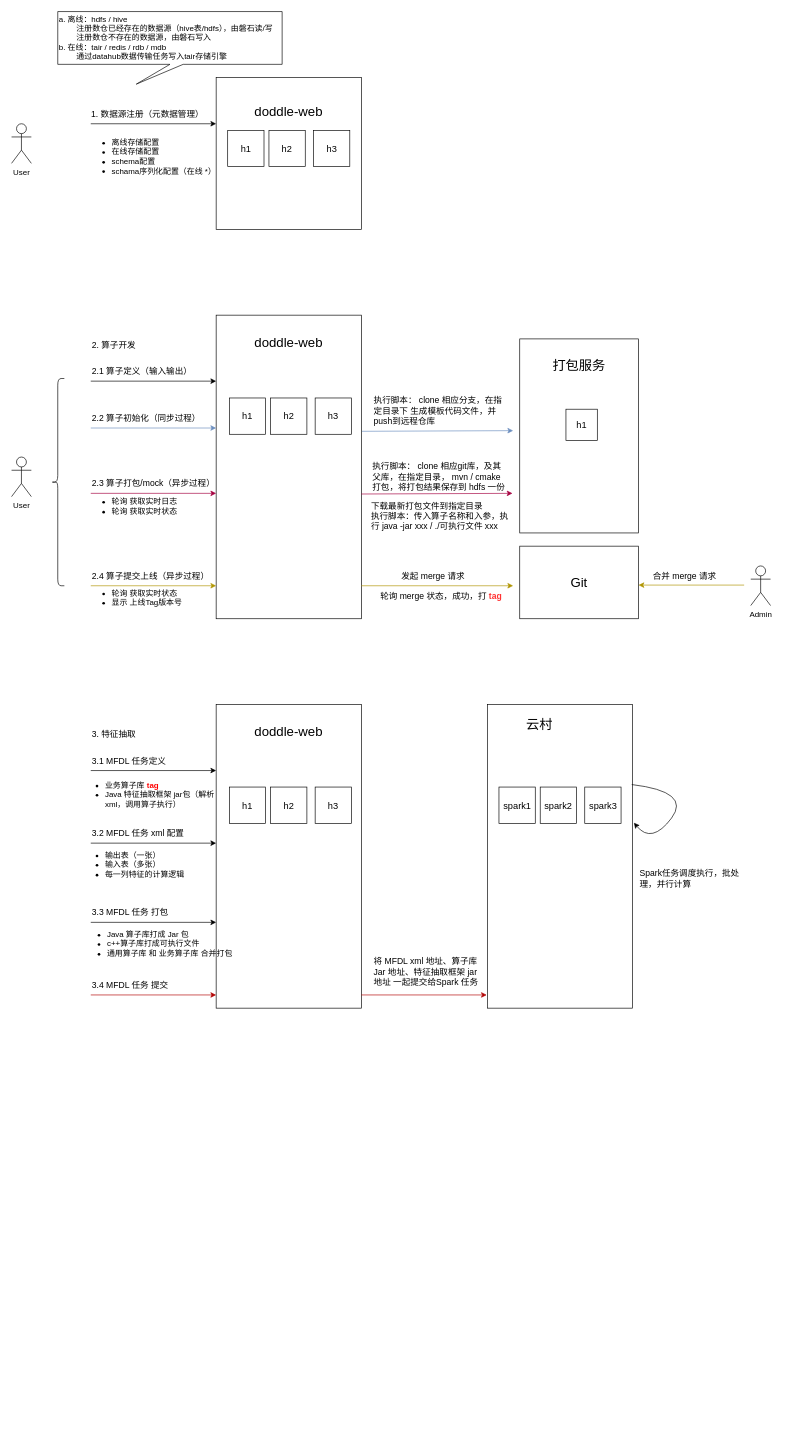
Earlier version of the draw.io diagram 特征生产流程.drawio (Nine98/demo-draw). Source tidied: cells renumbered, new cells numbered last; positions are measured from the earlier drawing's top-left corner, leaving out a move shared by most shapes. Both pictures are drawn from the tidied source at 66%, with x=0, y=0 at pixel (11, 11).
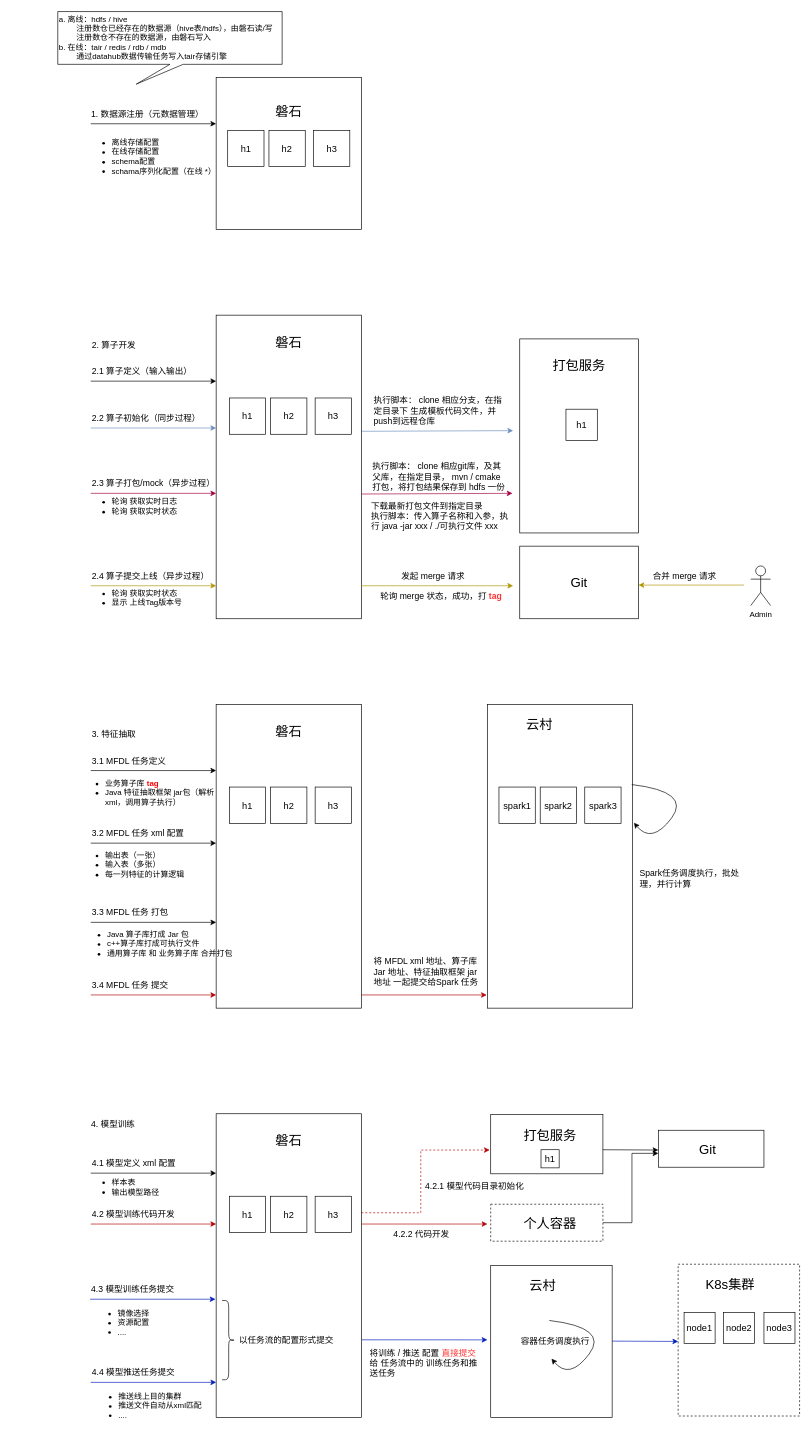
Above is the later version.

What changed in the source:
```diff
@@
-    <mxCell id="3" value="&lt;font style=&quot;font-size: 20px;&quot;&gt;doddle-web&lt;/font&gt;" style="text;html=1;align=center;verticalAlign=middle;whiteSpace=wrap;rounded=0;" parent="1" vertex="1">
+    <mxCell id="3" value="&lt;font style=&quot;font-size: 20px;&quot;&gt;磐石&lt;/font&gt;" style="text;html=1;align=center;verticalAlign=middle;whiteSpace=wrap;rounded=0;" parent="1" vertex="1">
       <mxGeometry x="355" y="120" width="130" height="60" as="geometry" />
     </mxCell>
@@
-    <mxCell id="11" value="&lt;font style=&quot;font-size: 20px;&quot;&gt;doddle-web&lt;/font&gt;" style="text;html=1;align=center;verticalAlign=middle;whiteSpace=wrap;rounded=0;" parent="1" vertex="1">
+    <mxCell id="11" value="&lt;font style=&quot;font-size: 20px;&quot;&gt;磐石&lt;/font&gt;" style="text;html=1;align=center;verticalAlign=middle;whiteSpace=wrap;rounded=0;" parent="1" vertex="1">
       <mxGeometry x="355" y="470" width="130" height="60" as="geometry" />
     </mxCell>
@@
-    <mxCell id="40" value="User" style="shape=umlActor;verticalLabelPosition=bottom;verticalAlign=top;html=1;" parent="1" vertex="1">
-      <mxGeometry y="675" width="30" height="60" as="geometry" />
-    </mxCell>
-    <mxCell id="41" style="shape=curlyBracket;whiteSpace=wrap;html=1;rounded=1;labelPosition=left;verticalLabelPosition=middle;align=right;verticalAlign=middle;" parent="1" vertex="1">
-      <mxGeometry x="60" y="556" width="20" height="314" as="geometry" />
-    </mxCell>
-    <mxCell id="42" value="User" style="shape=umlActor;verticalLabelPosition=bottom;verticalAlign=top;html=1;" parent="1" vertex="1">
-      <mxGeometry y="170" width="30" height="60" as="geometry" />
-    </mxCell>
@@
-    <mxCell id="47" value="&lt;font style=&quot;font-size: 20px;&quot;&gt;doddle-web&lt;/font&gt;" style="text;html=1;align=center;verticalAlign=middle;whiteSpace=wrap;rounded=0;" parent="1" vertex="1">
+    <mxCell id="47" value="&lt;font style=&quot;font-size: 20px;&quot;&gt;磐石&lt;/font&gt;" style="text;html=1;align=center;verticalAlign=middle;whiteSpace=wrap;rounded=0;" parent="1" vertex="1">
       <mxGeometry x="355" y="1060" width="130" height="60" as="geometry" />
     </mxCell>
@@
     <mxCell id="51" value="&lt;ul&gt;&lt;li&gt;业务算子库 &lt;b style=&quot;&quot;&gt;&lt;font color=&quot;#ff0000&quot;&gt;tag&lt;/font&gt;&lt;/b&gt;&lt;/li&gt;&lt;li&gt;Java 特征抽取框架 jar包（解析xml，调用算子执行）&lt;/li&gt;&lt;/ul&gt;" style="text;strokeColor=none;fillColor=none;html=1;whiteSpace=wrap;verticalAlign=middle;overflow=hidden;" parent="1" vertex="1">
-      <mxGeometry x="100" y="1144" width="210" height="86" as="geometry" />
+      <mxGeometry x="100" y="1148" width="210" height="60" as="geometry" />
     </mxCell>
@@
+    <mxCell id="72" style="rounded=0;whiteSpace=wrap;html=1;" parent="1" vertex="1">
+      <mxGeometry x="310" y="1670" width="220" height="460" as="geometry" />
+    </mxCell>
+    <mxCell id="73" value="&lt;font style=&quot;font-size: 20px;&quot;&gt;磐石&lt;/font&gt;" style="text;html=1;align=center;verticalAlign=middle;whiteSpace=wrap;rounded=0;" parent="1" vertex="1">
+      <mxGeometry x="355" y="1680" width="130" height="60" as="geometry" />
+    </mxCell>
+    <mxCell id="74" value="&lt;font style=&quot;font-size: 13px;&quot;&gt;4. 模型训练&lt;/font&gt;" style="text;html=1;align=left;verticalAlign=middle;whiteSpace=wrap;rounded=0;" parent="1" vertex="1">
+      <mxGeometry x="119" y="1670" width="170" height="30" as="geometry" />
+    </mxCell>
+    <mxCell id="75" value="&lt;font style=&quot;font-size: 14px;&quot;&gt;h1&lt;/font&gt;" style="whiteSpace=wrap;html=1;" parent="1" vertex="1">
+      <mxGeometry x="330" y="1795" width="55" height="55" as="geometry" />
+    </mxCell>
+    <mxCell id="76" value="&lt;span style=&quot;font-size: 14px;&quot;&gt;h2&lt;/span&gt;" style="whiteSpace=wrap;html=1;" parent="1" vertex="1">
+      <mxGeometry x="392.5" y="1795" width="55" height="55" as="geometry" />
+    </mxCell>
+    <mxCell id="77" value="&lt;span style=&quot;font-size: 14px;&quot;&gt;h3&lt;/span&gt;" style="whiteSpace=wrap;html=1;" parent="1" vertex="1">
+      <mxGeometry x="460" y="1795" width="55" height="55" as="geometry" />
+    </mxCell>
+    <mxCell id="78" style="endArrow=classic;html=1;rounded=0;entryX=-0.018;entryY=0.805;entryDx=0;entryDy=0;entryPerimeter=0;" parent="1" edge="1">
+      <mxGeometry relative="1" as="geometry">
+        <mxPoint x="120" y="1760" as="sourcePoint" />
+        <mxPoint x="310" y="1760" as="targetPoint" />
+      </mxGeometry>
+    </mxCell>
+    <mxCell id="79" value="&lt;font style=&quot;font-size: 13px;&quot;&gt;4.1 模型定义 xml 配置&lt;/font&gt;" style="text;html=1;align=left;verticalAlign=middle;whiteSpace=wrap;rounded=0;" parent="1" vertex="1">
+      <mxGeometry x="120" y="1730" width="150" height="30" as="geometry" />
+    </mxCell>
+    <mxCell id="80" style="endArrow=classic;html=1;rounded=0;entryX=-0.018;entryY=0.805;entryDx=0;entryDy=0;entryPerimeter=0;fillColor=#e51400;strokeColor=#B20000;" parent="1" edge="1">
+      <mxGeometry relative="1" as="geometry">
+        <mxPoint x="120" y="1837.1" as="sourcePoint" />
+        <mxPoint x="310" y="1837.1" as="targetPoint" />
+      </mxGeometry>
+    </mxCell>
+    <mxCell id="81" value="&lt;font style=&quot;font-size: 13px;&quot;&gt;4.2 模型训练代码开发&lt;/font&gt;" style="text;html=1;align=left;verticalAlign=middle;whiteSpace=wrap;rounded=0;" parent="1" vertex="1">
+      <mxGeometry x="120" y="1807.1" width="130" height="30" as="geometry" />
+    </mxCell>
+    <mxCell id="82" style="endArrow=classic;html=1;rounded=0;entryX=-0.018;entryY=0.805;entryDx=0;entryDy=0;entryPerimeter=0;fillColor=#0050ef;strokeColor=#001DBC;" parent="1" edge="1">
+      <mxGeometry relative="1" as="geometry">
+        <mxPoint x="119" y="1951" as="sourcePoint" />
+        <mxPoint x="309" y="1951" as="targetPoint" />
+      </mxGeometry>
+    </mxCell>
+    <mxCell id="83" value="&lt;font style=&quot;font-size: 13px;&quot;&gt;4.3 模型训练任务提交&lt;/font&gt;" style="text;html=1;align=left;verticalAlign=middle;whiteSpace=wrap;rounded=0;" parent="1" vertex="1">
+      <mxGeometry x="119" y="1921" width="130" height="30" as="geometry" />
+    </mxCell>
+    <mxCell id="84" style="endArrow=classic;html=1;rounded=0;entryX=-0.018;entryY=0.805;entryDx=0;entryDy=0;entryPerimeter=0;fillColor=#0050ef;strokeColor=#001DBC;" parent="1" edge="1">
+      <mxGeometry relative="1" as="geometry">
+        <mxPoint x="120" y="2077" as="sourcePoint" />
+        <mxPoint x="310" y="2077" as="targetPoint" />
+      </mxGeometry>
+    </mxCell>
+    <mxCell id="85" value="&lt;font style=&quot;font-size: 13px;&quot;&gt;4.4 模型推送任务提交&lt;/font&gt;" style="text;html=1;align=left;verticalAlign=middle;whiteSpace=wrap;rounded=0;" parent="1" vertex="1">
+      <mxGeometry x="120" y="2047" width="130" height="30" as="geometry" />
+    </mxCell>
+    <mxCell id="86" style="rounded=0;whiteSpace=wrap;html=1;" parent="1" vertex="1">
+      <mxGeometry x="726" y="1671" width="170" height="90" as="geometry" />
+    </mxCell>
+    <mxCell id="87" value="&lt;span style=&quot;font-size: 20px;&quot;&gt;打包服务&lt;/span&gt;" style="text;html=1;align=center;verticalAlign=middle;whiteSpace=wrap;rounded=0;" parent="1" vertex="1">
+      <mxGeometry x="751" y="1672" width="130" height="60" as="geometry" />
+    </mxCell>
+    <mxCell id="88" value="&lt;span style=&quot;font-size: 14px;&quot;&gt;h1&lt;/span&gt;" style="whiteSpace=wrap;html=1;" parent="1" vertex="1">
+      <mxGeometry x="802.2" y="1724.5" width="27.5" height="27.5" as="geometry" />
+    </mxCell>
+    <mxCell id="89" style="rounded=0;whiteSpace=wrap;html=1;" parent="1" vertex="1">
+      <mxGeometry x="980" y="1695" width="160" height="56" as="geometry" />
+    </mxCell>
+    <mxCell id="90" value="&lt;span style=&quot;font-size: 20px;&quot;&gt;Git&lt;/span&gt;" style="text;html=1;align=center;verticalAlign=middle;whiteSpace=wrap;rounded=0;" parent="1" vertex="1">
+      <mxGeometry x="990" y="1700" width="130" height="46" as="geometry" />
+    </mxCell>
+    <mxCell id="91" style="edgeStyle=orthogonalEdgeStyle;rounded=0;jettySize=auto;html=1;" parent="1" edge="1" source="92">
+      <mxGeometry relative="1" as="geometry">
+        <mxPoint x="980" y="1730" as="targetPoint" />
+        <Array as="points">
+          <mxPoint x="940" y="1835" />
+          <mxPoint x="940" y="1730" />
+          <mxPoint x="980" y="1730" />
+        </Array>
+      </mxGeometry>
+    </mxCell>
+    <mxCell id="92" style="rounded=0;whiteSpace=wrap;html=1;dashed=1;" parent="1" vertex="1">
+      <mxGeometry x="726" y="1807.1" width="170" height="56" as="geometry" />
+    </mxCell>
+    <mxCell id="93" value="&lt;span style=&quot;font-size: 20px;&quot;&gt;个人容器&lt;/span&gt;" style="text;html=1;align=center;verticalAlign=middle;whiteSpace=wrap;rounded=0;" parent="1" vertex="1">
+      <mxGeometry x="751" y="1812.5" width="130" height="46" as="geometry" />
+    </mxCell>
+    <mxCell id="94" style="endArrow=classic;html=1;rounded=0;entryX=-0.018;entryY=0.805;entryDx=0;entryDy=0;entryPerimeter=0;fillColor=#e51400;strokeColor=#B20000;" parent="1" edge="1">
+      <mxGeometry relative="1" as="geometry">
+        <mxPoint x="531" y="1837.1" as="sourcePoint" />
+        <mxPoint x="721" y="1837.1" as="targetPoint" />
+      </mxGeometry>
+    </mxCell>
+    <mxCell id="95" style="endArrow=classic;html=1;rounded=0;entryX=-0.009;entryY=0.6;entryDx=0;entryDy=0;entryPerimeter=0;dashed=1;fillColor=#e51400;strokeColor=#B20000;" parent="1" edge="1" target="86">
+      <mxGeometry relative="1" as="geometry">
+        <mxPoint x="530" y="1820" as="sourcePoint" />
+        <Array as="points">
+          <mxPoint x="620" y="1820" />
+          <mxPoint x="620" y="1725" />
+        </Array>
+      </mxGeometry>
+    </mxCell>
+    <mxCell id="96" style="endArrow=classic;html=1;rounded=0;" parent="1" edge="1">
+      <mxGeometry relative="1" as="geometry">
+        <mxPoint x="896" y="1724.5" as="sourcePoint" />
+        <mxPoint x="980" y="1725" as="targetPoint" />
+      </mxGeometry>
+    </mxCell>
+    <mxCell id="97" value="&lt;span style=&quot;font-size: 13px;&quot;&gt;4.2.2 代码开发&lt;/span&gt;" style="text;html=1;align=left;verticalAlign=middle;whiteSpace=wrap;rounded=0;" parent="1" vertex="1">
+      <mxGeometry x="577" y="1837.1" width="110" height="30" as="geometry" />
+    </mxCell>
+    <mxCell id="98" value="&lt;span style=&quot;font-size: 13px;&quot;&gt;4.2.1 模型代码目录初始化&lt;/span&gt;" style="text;html=1;align=left;verticalAlign=middle;whiteSpace=wrap;rounded=0;" parent="1" vertex="1">
+      <mxGeometry x="625" y="1765" width="155" height="30" as="geometry" />
+    </mxCell>
+    <mxCell id="99" value="&lt;ul&gt;&lt;li&gt;镜像选择&lt;/li&gt;&lt;li&gt;资源配置&lt;/li&gt;&lt;li&gt;....&lt;/li&gt;&lt;/ul&gt;" style="text;strokeColor=none;fillColor=none;html=1;whiteSpace=wrap;verticalAlign=middle;overflow=hidden;" parent="1" vertex="1">
+      <mxGeometry x="119" y="1951" width="147" height="70" as="geometry" />
+    </mxCell>
+    <mxCell id="100" value="&lt;ul&gt;&lt;li&gt;推送线上目的集群&lt;/li&gt;&lt;li&gt;推送文件自动从xml匹配&lt;/li&gt;&lt;li&gt;....&lt;/li&gt;&lt;/ul&gt;" style="text;strokeColor=none;fillColor=none;html=1;whiteSpace=wrap;verticalAlign=middle;overflow=hidden;" parent="1" vertex="1">
+      <mxGeometry x="120" y="2077" width="180" height="70" as="geometry" />
+    </mxCell>
+    <mxCell id="101" value="&lt;ul&gt;&lt;li&gt;样本表&lt;/li&gt;&lt;li&gt;输出模型路径&lt;/li&gt;&lt;/ul&gt;" style="text;strokeColor=none;fillColor=none;html=1;whiteSpace=wrap;verticalAlign=middle;overflow=hidden;" parent="1" vertex="1">
+      <mxGeometry x="110" y="1752" width="150" height="58" as="geometry" />
+    </mxCell>
+    <mxCell id="102" style="shape=curlyBracket;whiteSpace=wrap;html=1;rounded=1;flipH=1;labelPosition=right;verticalLabelPosition=middle;align=left;verticalAlign=middle;" parent="1" vertex="1">
+      <mxGeometry x="319" y="1953" width="20" height="120" as="geometry" />
+    </mxCell>
+    <mxCell id="103" value="&lt;font style=&quot;font-size: 13px;&quot;&gt;以任务流的配置形式提交&lt;/font&gt;" style="text;html=1;align=left;verticalAlign=middle;whiteSpace=wrap;rounded=0;" parent="1" vertex="1">
+      <mxGeometry x="343" y="1998" width="147" height="30" as="geometry" />
+    </mxCell>
+    <mxCell id="104" style="rounded=0;whiteSpace=wrap;html=1;" parent="1" vertex="1">
+      <mxGeometry x="726" y="1900" width="184" height="230" as="geometry" />
+    </mxCell>
+    <mxCell id="105" value="&lt;span style=&quot;font-size: 20px;&quot;&gt;云村&lt;/span&gt;" style="text;html=1;align=center;verticalAlign=middle;whiteSpace=wrap;rounded=0;" parent="1" vertex="1">
+      <mxGeometry x="740" y="1900" width="130" height="60" as="geometry" />
+    </mxCell>
+    <mxCell id="106" style="endArrow=classic;html=1;rounded=0;entryX=-0.018;entryY=0.805;entryDx=0;entryDy=0;entryPerimeter=0;fillColor=#0050ef;strokeColor=#001DBC;" parent="1" edge="1">
+      <mxGeometry relative="1" as="geometry">
+        <mxPoint x="531" y="2012.5" as="sourcePoint" />
+        <mxPoint x="721" y="2012.6" as="targetPoint" />
+      </mxGeometry>
+    </mxCell>
+    <mxCell id="107" value="&lt;span style=&quot;font-size: 13px;&quot;&gt;将训练 / 推送 配置 &lt;font color=&quot;#ff3333&quot;&gt;直接提交&lt;/font&gt;给 任务流中的 训练任务和推送任务&lt;/span&gt;" style="text;html=1;align=left;verticalAlign=middle;whiteSpace=wrap;rounded=0;" parent="1" vertex="1">
+      <mxGeometry x="540.5" y="2022" width="170" height="52" as="geometry" />
+    </mxCell>
+    <mxCell id="108" value="&lt;span style=&quot;font-size: 13px;&quot;&gt;容器任务调度执行&lt;/span&gt;" style="text;html=1;align=left;verticalAlign=middle;whiteSpace=wrap;rounded=0;" parent="1" vertex="1">
+      <mxGeometry x="770" y="1979" width="170" height="72" as="geometry" />
+    </mxCell>
+    <mxCell id="109" style="curved=1;endArrow=classic;html=1;rounded=0;exitX=0.994;exitY=0.346;exitDx=0;exitDy=0;exitPerimeter=0;entryX=1.009;entryY=0.472;entryDx=0;entryDy=0;entryPerimeter=0;" parent="1" edge="1">
+      <mxGeometry relative="1" as="geometry">
+        <mxPoint x="814.8" y="1983.2" as="sourcePoint" />
+        <mxPoint x="818.1" y="2041.1" as="targetPoint" />
+        <Array as="points">
+          <mxPoint x="905.2" y="1994" />
+          <mxPoint x="845.2" y="2074" />
+        </Array>
+      </mxGeometry>
+    </mxCell>
+    <mxCell id="110" style="rounded=0;whiteSpace=wrap;html=1;dashed=1;" parent="1" vertex="1">
+      <mxGeometry x="1010" y="1898" width="184" height="230" as="geometry" />
+    </mxCell>
+    <mxCell id="111" value="&lt;span style=&quot;font-size: 20px;&quot;&gt;K8s集群&lt;/span&gt;" style="text;html=1;align=center;verticalAlign=middle;whiteSpace=wrap;rounded=0;" parent="1" vertex="1">
+      <mxGeometry x="1024" y="1898" width="130" height="60" as="geometry" />
+    </mxCell>
+    <mxCell id="112" value="&lt;span style=&quot;font-size: 14px;&quot;&gt;node1&lt;/span&gt;" style="whiteSpace=wrap;html=1;" parent="1" vertex="1">
+      <mxGeometry x="1019" y="1971" width="47" height="47" as="geometry" />
+    </mxCell>
+    <mxCell id="113" value="&lt;span style=&quot;font-size: 14px;&quot;&gt;node2&lt;/span&gt;" style="whiteSpace=wrap;html=1;" parent="1" vertex="1">
+      <mxGeometry x="1078.5" y="1971" width="47" height="47" as="geometry" />
+    </mxCell>
+    <mxCell id="114" value="&lt;span style=&quot;font-size: 14px;&quot;&gt;node3&lt;/span&gt;" style="whiteSpace=wrap;html=1;" parent="1" vertex="1">
+      <mxGeometry x="1140" y="1971" width="47" height="47" as="geometry" />
+    </mxCell>
+    <mxCell id="115" style="endArrow=classic;html=1;rounded=0;fillColor=#0050ef;strokeColor=#001DBC;" parent="1" edge="1">
+      <mxGeometry relative="1" as="geometry">
+        <mxPoint x="910" y="2014.5" as="sourcePoint" />
+        <mxPoint x="1010" y="2015" as="targetPoint" />
+      </mxGeometry>
+    </mxCell>
```
